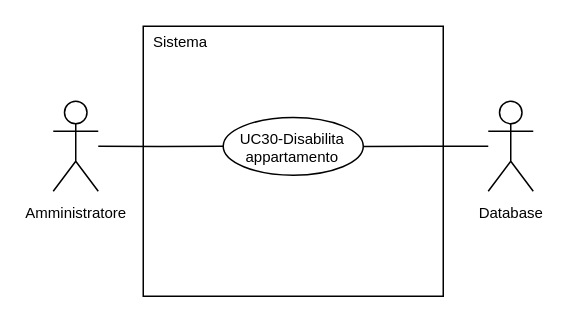
The draw.io diagram 2-RTB/Documenti_esterni/Analisi_dei_requisiti/draw.io/UC30.drawio in SnakeByteTeam/snakebyteteam.github.io, before the edit. Source tidied: cells renumbered, new cells numbered last; positions are measured from the earlier drawing's top-left corner, leaving out a move shared by most shapes. Both pictures are drawn from the tidied source at 150%, with x=0, y=0 at pixel (52, 26).
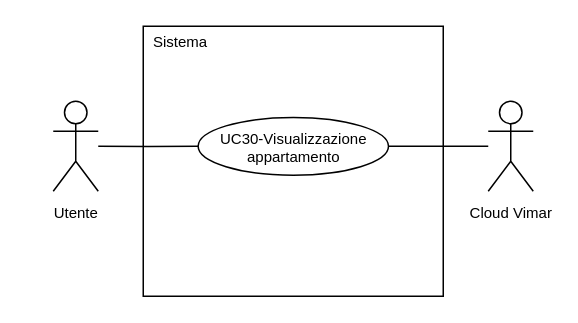
After the change.

The edit, as a diff of the source:
```diff
@@
 <mxGraphModel>
   <root>
     <mxCell id="0" />
     <mxCell id="1" parent="0" />
-    <mxCell id="2" value="&lt;font style=&quot;font-size: 10px; line-height: 100%;&quot;&gt;Amministratore&lt;/font&gt;" style="shape=umlActor;verticalLabelPosition=bottom;verticalAlign=top;html=1;outlineConnect=0;" parent="1" vertex="1">
+    <mxCell id="2" value="&lt;font style=&quot;font-size: 10px; line-height: 100%;&quot;&gt;Utente&lt;/font&gt;" style="shape=umlActor;verticalLabelPosition=bottom;verticalAlign=top;html=1;outlineConnect=0;" parent="1" vertex="1">
       <mxGeometry y="50" width="30" height="60" as="geometry" />
     </mxCell>
     <mxCell id="3" style="rounded=0;whiteSpace=wrap;html=1;" parent="1" vertex="1">
       <mxGeometry x="60" width="200" height="180" as="geometry" />
     </mxCell>
     <mxCell id="4" style="edgeStyle=orthogonalEdgeStyle;rounded=0;jettySize=auto;html=1;exitX=0;exitY=0.5;exitDx=0;exitDy=0;endArrow=none;endFill=0;" parent="1" edge="1" source="5" target="2">
       <mxGeometry relative="1" as="geometry" />
     </mxCell>
-    <mxCell id="5" value="&lt;div style=&quot;line-height: 100%;&quot;&gt;&lt;font style=&quot;line-height: 100%; font-size: 10px;&quot;&gt;UC30-Disabilita&lt;br&gt;&lt;/font&gt;&lt;/div&gt;&lt;div style=&quot;line-height: 100%;&quot;&gt;&lt;font style=&quot;line-height: 100%; font-size: 10px;&quot;&gt;appartamento&lt;/font&gt;&lt;/div&gt;" style="ellipse;whiteSpace=wrap;html=1;" parent="1" vertex="1">
-      <mxGeometry x="113.3" y="60.8" width="93.4" height="38.5" as="geometry" />
+    <mxCell id="5" value="&lt;div style=&quot;line-height: 100%;&quot;&gt;&lt;font style=&quot;line-height: 100%; font-size: 10px;&quot;&gt;UC30-Visualizzazione&lt;br&gt;&lt;/font&gt;&lt;/div&gt;&lt;div style=&quot;line-height: 100%;&quot;&gt;&lt;font style=&quot;line-height: 100%; font-size: 10px;&quot;&gt;appartamento&lt;/font&gt;&lt;/div&gt;" style="ellipse;whiteSpace=wrap;html=1;" parent="1" vertex="1">
+      <mxGeometry x="96.6" y="60.8" width="126.9" height="38.5" as="geometry" />
     </mxCell>
     <mxCell id="6" value="&lt;font style=&quot;font-size: 10px;&quot;&gt;Sistema&lt;/font&gt;" style="text;html=1;whiteSpace=wrap;strokeColor=none;fillColor=none;align=center;verticalAlign=middle;rounded=0;" parent="1" vertex="1">
       <mxGeometry x="60" width="50" height="20" as="geometry" />
     </mxCell>
-    <mxCell id="7" style="edgeStyle=orthogonalEdgeStyle;rounded=0;jettySize=auto;html=1;endArrow=none;endFill=0;" parent="1" edge="1" source="8" target="5">
-      <mxGeometry relative="1" as="geometry" />
-    </mxCell>
-    <mxCell id="8" value="&lt;font style=&quot;font-size: 10px; line-height: 100%;&quot;&gt;Database&lt;/font&gt;" style="shape=umlActor;verticalLabelPosition=bottom;verticalAlign=top;html=1;outlineConnect=0;" parent="1" vertex="1">
-      <mxGeometry x="290" y="50" width="30" height="60" as="geometry" />
-    </mxCell>
+    <mxCell id="9" style="rounded=0;jettySize=auto;html=1;entryX=1;entryY=0.5;entryDx=0;entryDy=0;endArrow=none;endFill=0;" parent="1" edge="1" target="5">
+      <mxGeometry relative="1" as="geometry">
+        <mxPoint x="290" y="80" as="sourcePoint" />
+      </mxGeometry>
+    </mxCell>
+    <mxCell id="10" value="&lt;font style=&quot;font-size: 10px; line-height: 100%;&quot;&gt;Cloud Vimar&lt;/font&gt;" style="shape=umlActor;verticalLabelPosition=bottom;verticalAlign=top;html=1;" parent="1" vertex="1">
+      <mxGeometry x="290" y="50" width="30" height="60" as="geometry" />
+    </mxCell>
   </root>
 </mxGraphModel>
```
